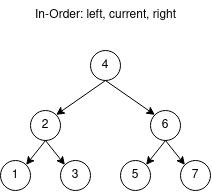
The draw.io diagram Graph/tree traverse.png in cd155/draw-io, before a commit. Source tidied: cells renumbered, new cells last; positions are measured from the earlier drawing's top-left corner, leaving out a move shared by most shapes.
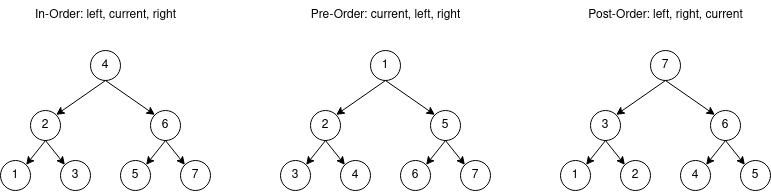
After the change.

The edit, as a diff of the source:
```diff
@@ -44,5 +44,93 @@
     <mxCell id="15" style="endArrow=classic;html=1;rounded=0;exitX=0.5;exitY=1;exitDx=0;exitDy=0;entryX=0;entryY=0;entryDx=0;entryDy=0;" parent="1" edge="1" source="4" target="8">
       <mxGeometry relative="1" as="geometry" />
     </mxCell>
+    <mxCell id="16" value="1" style="ellipse;whiteSpace=wrap;html=1;" parent="1" vertex="1">
+      <mxGeometry x="370" y="50" width="30" height="30" as="geometry" />
+    </mxCell>
+    <mxCell id="17" value="2" style="ellipse;whiteSpace=wrap;html=1;" parent="1" vertex="1">
+      <mxGeometry x="310" y="110" width="30" height="30" as="geometry" />
+    </mxCell>
+    <mxCell id="18" value="5" style="ellipse;whiteSpace=wrap;html=1;" parent="1" vertex="1">
+      <mxGeometry x="430" y="110" width="30" height="30" as="geometry" />
+    </mxCell>
+    <mxCell id="19" value="3" style="ellipse;whiteSpace=wrap;html=1;" parent="1" vertex="1">
+      <mxGeometry x="280" y="160" width="30" height="30" as="geometry" />
+    </mxCell>
+    <mxCell id="20" value="4" style="ellipse;whiteSpace=wrap;html=1;" parent="1" vertex="1">
+      <mxGeometry x="340" y="160" width="30" height="30" as="geometry" />
+    </mxCell>
+    <mxCell id="21" value="6" style="ellipse;whiteSpace=wrap;html=1;" parent="1" vertex="1">
+      <mxGeometry x="400" y="160" width="30" height="30" as="geometry" />
+    </mxCell>
+    <mxCell id="22" value="7" style="ellipse;whiteSpace=wrap;html=1;" parent="1" vertex="1">
+      <mxGeometry x="460" y="160" width="30" height="30" as="geometry" />
+    </mxCell>
+    <mxCell id="23" value="Pre-Order: current, left, right " style="text;html=1;align=center;verticalAlign=middle;strokeColor=none;fillColor=none;" parent="1" vertex="1">
+      <mxGeometry x="300" width="170" height="30" as="geometry" />
+    </mxCell>
+    <mxCell id="24" style="endArrow=classic;html=1;rounded=0;exitX=0.5;exitY=1;exitDx=0;exitDy=0;entryX=1;entryY=0;entryDx=0;entryDy=0;" parent="1" edge="1" source="16" target="17">
+      <mxGeometry relative="1" as="geometry" />
+    </mxCell>
+    <mxCell id="25" style="endArrow=classic;html=1;rounded=0;exitX=0.5;exitY=1;exitDx=0;exitDy=0;entryX=0;entryY=0;entryDx=0;entryDy=0;" parent="1" edge="1" source="16" target="18">
+      <mxGeometry relative="1" as="geometry" />
+    </mxCell>
+    <mxCell id="26" style="endArrow=classic;html=1;rounded=0;exitX=0.5;exitY=1;exitDx=0;exitDy=0;entryX=1;entryY=0;entryDx=0;entryDy=0;" parent="1" edge="1" source="17" target="19">
+      <mxGeometry relative="1" as="geometry" />
+    </mxCell>
+    <mxCell id="27" style="endArrow=classic;html=1;rounded=0;exitX=0.5;exitY=1;exitDx=0;exitDy=0;entryX=0;entryY=0;entryDx=0;entryDy=0;" parent="1" edge="1" source="17" target="20">
+      <mxGeometry relative="1" as="geometry" />
+    </mxCell>
+    <mxCell id="28" style="endArrow=classic;html=1;rounded=0;exitX=0.5;exitY=1;exitDx=0;exitDy=0;entryX=1;entryY=0;entryDx=0;entryDy=0;" parent="1" edge="1" source="18" target="21">
+      <mxGeometry relative="1" as="geometry" />
+    </mxCell>
+    <mxCell id="29" style="endArrow=classic;html=1;rounded=0;exitX=0.5;exitY=1;exitDx=0;exitDy=0;entryX=0;entryY=0;entryDx=0;entryDy=0;" parent="1" edge="1" source="18">
+      <mxGeometry relative="1" as="geometry">
+        <mxPoint x="464.4" y="164.4" as="targetPoint" />
+      </mxGeometry>
+    </mxCell>
+    <mxCell id="30" value="7" style="ellipse;whiteSpace=wrap;html=1;" parent="1" vertex="1">
+      <mxGeometry x="650" y="50" width="30" height="30" as="geometry" />
+    </mxCell>
+    <mxCell id="31" value="3" style="ellipse;whiteSpace=wrap;html=1;" parent="1" vertex="1">
+      <mxGeometry x="590" y="110" width="30" height="30" as="geometry" />
+    </mxCell>
+    <mxCell id="32" value="6" style="ellipse;whiteSpace=wrap;html=1;" parent="1" vertex="1">
+      <mxGeometry x="710" y="110" width="30" height="30" as="geometry" />
+    </mxCell>
+    <mxCell id="33" value="1" style="ellipse;whiteSpace=wrap;html=1;" parent="1" vertex="1">
+      <mxGeometry x="560" y="160" width="30" height="30" as="geometry" />
+    </mxCell>
+    <mxCell id="34" value="2" style="ellipse;whiteSpace=wrap;html=1;" parent="1" vertex="1">
+      <mxGeometry x="620" y="160" width="30" height="30" as="geometry" />
+    </mxCell>
+    <mxCell id="35" value="4" style="ellipse;whiteSpace=wrap;html=1;" parent="1" vertex="1">
+      <mxGeometry x="680" y="160" width="30" height="30" as="geometry" />
+    </mxCell>
+    <mxCell id="36" value="5" style="ellipse;whiteSpace=wrap;html=1;" parent="1" vertex="1">
+      <mxGeometry x="740" y="160" width="30" height="30" as="geometry" />
+    </mxCell>
+    <mxCell id="37" value="Post-Order: left, right, current " style="text;html=1;align=center;verticalAlign=middle;strokeColor=none;fillColor=none;" parent="1" vertex="1">
+      <mxGeometry x="575" width="180" height="30" as="geometry" />
+    </mxCell>
+    <mxCell id="38" style="endArrow=classic;html=1;rounded=0;exitX=0.5;exitY=1;exitDx=0;exitDy=0;entryX=1;entryY=0;entryDx=0;entryDy=0;" parent="1" edge="1" source="30" target="31">
+      <mxGeometry relative="1" as="geometry" />
+    </mxCell>
+    <mxCell id="39" style="endArrow=classic;html=1;rounded=0;exitX=0.5;exitY=1;exitDx=0;exitDy=0;entryX=0;entryY=0;entryDx=0;entryDy=0;" parent="1" edge="1" source="30" target="32">
+      <mxGeometry relative="1" as="geometry" />
+    </mxCell>
+    <mxCell id="40" style="endArrow=classic;html=1;rounded=0;exitX=0.5;exitY=1;exitDx=0;exitDy=0;entryX=1;entryY=0;entryDx=0;entryDy=0;" parent="1" edge="1" source="31" target="33">
+      <mxGeometry relative="1" as="geometry" />
+    </mxCell>
+    <mxCell id="41" style="endArrow=classic;html=1;rounded=0;exitX=0.5;exitY=1;exitDx=0;exitDy=0;entryX=0;entryY=0;entryDx=0;entryDy=0;" parent="1" edge="1" source="31" target="34">
+      <mxGeometry relative="1" as="geometry" />
+    </mxCell>
+    <mxCell id="42" style="endArrow=classic;html=1;rounded=0;exitX=0.5;exitY=1;exitDx=0;exitDy=0;entryX=1;entryY=0;entryDx=0;entryDy=0;" parent="1" edge="1" source="32" target="35">
+      <mxGeometry relative="1" as="geometry" />
+    </mxCell>
+    <mxCell id="43" style="endArrow=classic;html=1;rounded=0;exitX=0.5;exitY=1;exitDx=0;exitDy=0;entryX=0;entryY=0;entryDx=0;entryDy=0;" parent="1" edge="1" source="32">
+      <mxGeometry relative="1" as="geometry">
+        <mxPoint x="744.4" y="164.4" as="targetPoint" />
+      </mxGeometry>
+    </mxCell>
   </root>
 </mxGraphModel>
```
